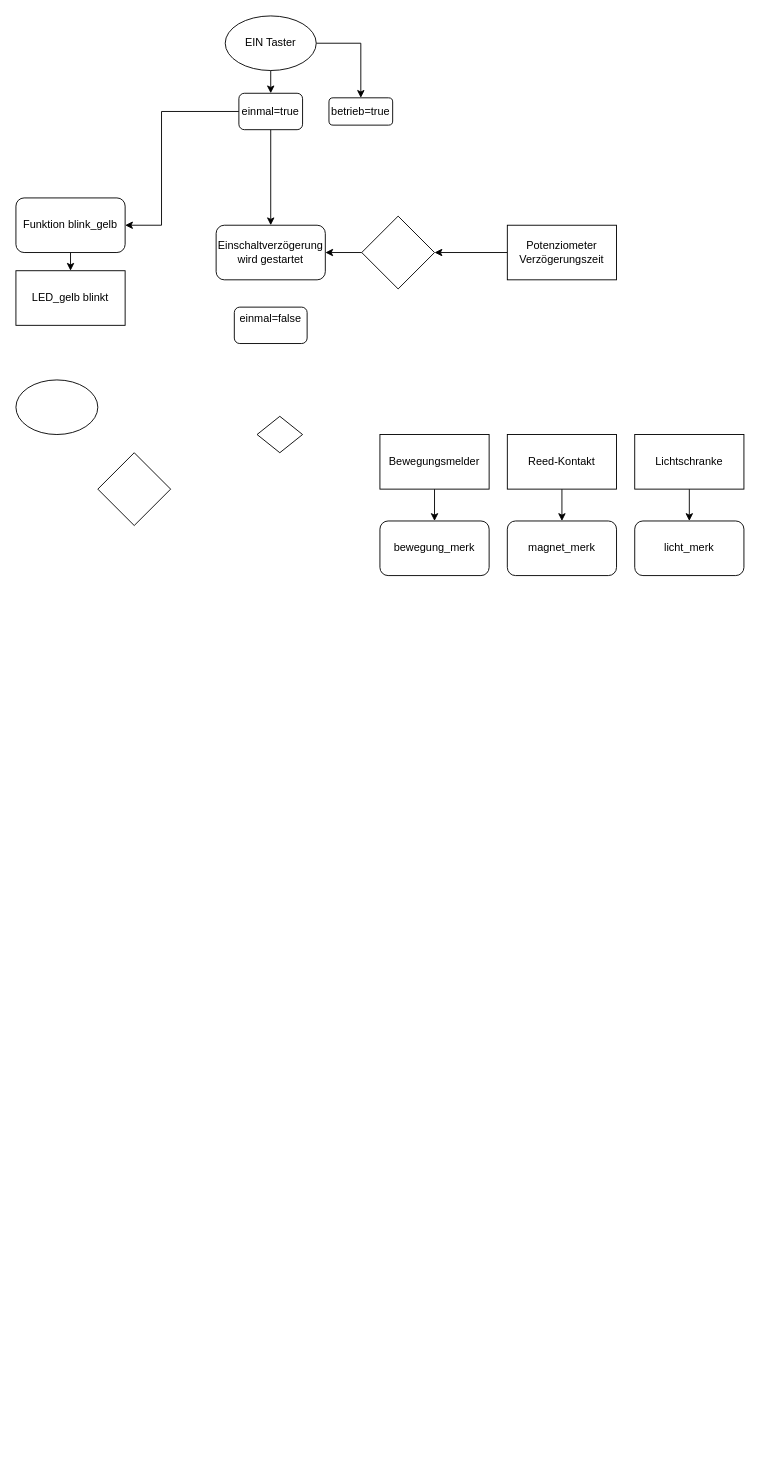
The draw.io diagram neu1.drawio in aronrei/dings2, before the edit. Source tidied: cells renumbered, new cells numbered last; positions are measured from the earlier drawing's top-left corner, leaving out a move shared by most shapes. Both pictures are drawn from the tidied source at 91%, with x=0, y=0 at pixel (15, 15).
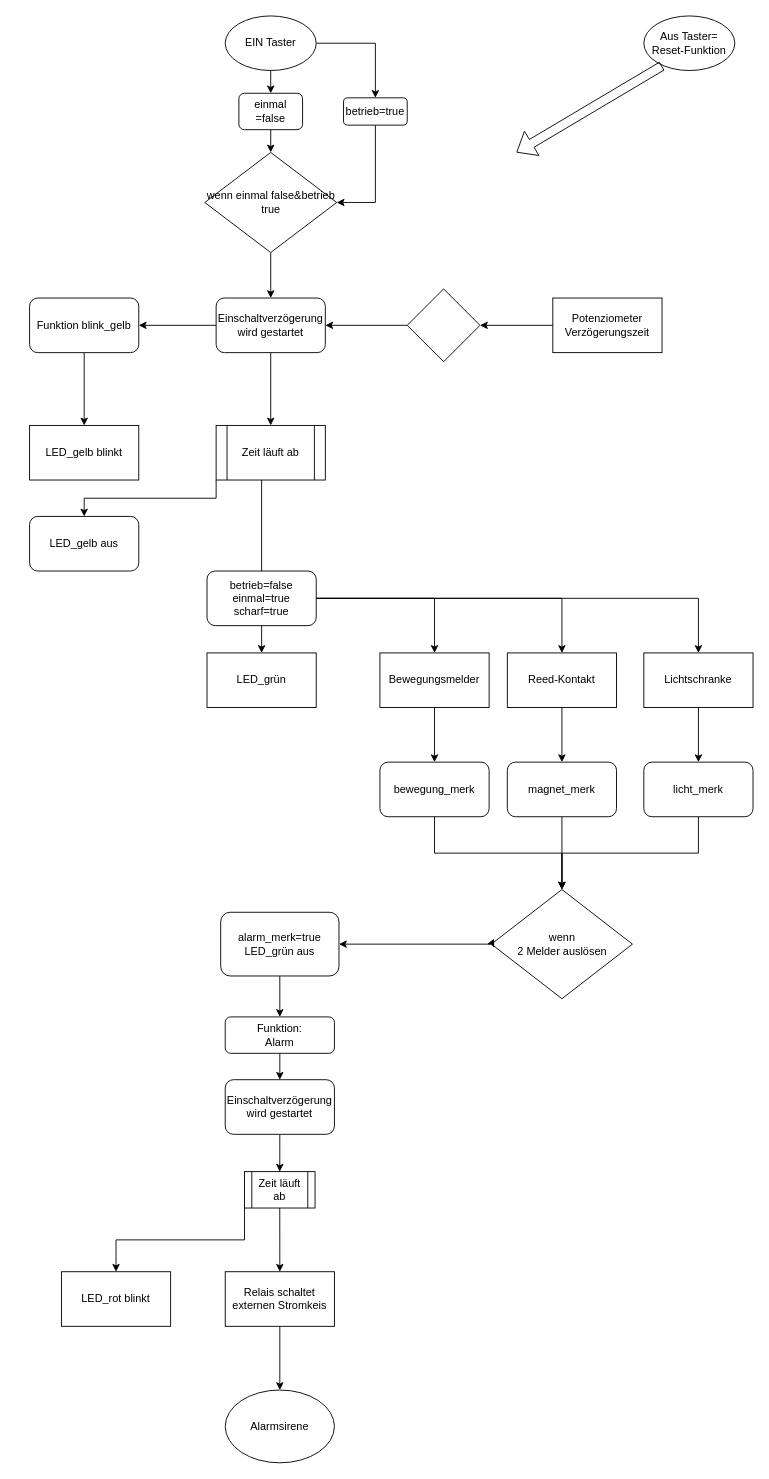
After the change.

What changed in the source:
```diff
@@
-    <mxCell id="5" style="edgeStyle=orthogonalEdgeStyle;rounded=0;jettySize=auto;html=1;exitX=0;exitY=0.5;exitDx=0;exitDy=0;entryX=1;entryY=0.5;entryDx=0;entryDy=0;" parent="1" edge="1" source="7" target="9">
-      <mxGeometry relative="1" as="geometry">
-        <Array as="points">
-          <mxPoint x="160" y="230" />
-        </Array>
-      </mxGeometry>
-    </mxCell>
-    <mxCell id="6" style="edgeStyle=orthogonalEdgeStyle;rounded=0;jettySize=auto;html=1;exitX=0.5;exitY=1;exitDx=0;exitDy=0;entryX=0.5;entryY=0;entryDx=0;entryDy=0;" parent="1" edge="1" source="7" target="11">
-      <mxGeometry relative="1" as="geometry" />
-    </mxCell>
+    <mxCell id="30" style="edgeStyle=none;rounded=0;jettySize=auto;html=1;exitX=0.5;exitY=1;exitDx=0;exitDy=0;entryX=0.5;entryY=0;entryDx=0;entryDy=0;" parent="1" edge="1" source="7" target="15">
+      <mxGeometry relative="1" as="geometry" />
+    </mxCell>
-    <mxCell id="7" value="einmal=true" style="rounded=1;whiteSpace=wrap;html=1;" parent="1" vertex="1">
+    <mxCell id="7" value="&lt;div&gt;einmal&lt;/div&gt;&lt;div&gt;=false&lt;/div&gt;" style="rounded=1;whiteSpace=wrap;html=1;" parent="1" vertex="1">
       <mxGeometry x="245" y="85" width="70" height="40" as="geometry" />
     </mxCell>
@@
     <mxCell id="9" value="Funktion blink_gelb" style="rounded=1;whiteSpace=wrap;html=1;" parent="1" vertex="1">
-      <mxGeometry y="200" width="120" height="60" as="geometry" />
+      <mxGeometry x="15" y="310" width="120" height="60" as="geometry" />
     </mxCell>
+    <mxCell id="31" style="edgeStyle=orthogonalEdgeStyle;rounded=0;jettySize=auto;html=1;exitX=0.5;exitY=1;exitDx=0;exitDy=0;entryX=0.5;entryY=0;entryDx=0;entryDy=0;elbow=vertical;" parent="1" edge="1" source="10" target="27">
+      <mxGeometry relative="1" as="geometry" />
+    </mxCell>
     <mxCell id="10" value="licht_merk" style="rounded=1;whiteSpace=wrap;html=1;" parent="1" vertex="1">
-      <mxGeometry x="680" y="555" width="120" height="60" as="geometry" />
+      <mxGeometry x="690" y="820" width="120" height="60" as="geometry" />
     </mxCell>
+    <mxCell id="32" style="edgeStyle=none;rounded=0;jettySize=auto;html=1;exitX=0;exitY=0.5;exitDx=0;exitDy=0;" parent="1" edge="1" source="11" target="9">
+      <mxGeometry relative="1" as="geometry" />
+    </mxCell>
+    <mxCell id="33" style="edgeStyle=none;rounded=0;jettySize=auto;html=1;exitX=0.5;exitY=1;exitDx=0;exitDy=0;entryX=0.5;entryY=0;entryDx=0;entryDy=0;elbow=vertical;" parent="1" edge="1" source="11" target="46">
+      <mxGeometry relative="1" as="geometry" />
+    </mxCell>
     <mxCell id="11" value="Einschaltverzögerung wird gestartet" style="rounded=1;whiteSpace=wrap;html=1;" parent="1" vertex="1">
-      <mxGeometry x="220" y="230" width="120" height="60" as="geometry" />
+      <mxGeometry x="220" y="310" width="120" height="60" as="geometry" />
     </mxCell>
@@
     <mxCell id="13" value="Potenziometer Verzögerungszeit" style="rounded=0;whiteSpace=wrap;html=1;" parent="1" vertex="1">
-      <mxGeometry x="540" y="230" width="120" height="60" as="geometry" />
+      <mxGeometry x="590" y="310" width="120" height="60" as="geometry" />
     </mxCell>
-    <mxCell id="14" style="ellipse;whiteSpace=wrap;html=1;" parent="1" vertex="1">
-      <mxGeometry y="400" width="90" height="60" as="geometry" />
-    </mxCell>
+    <mxCell id="34" style="edgeStyle=none;rounded=0;jettySize=auto;html=1;exitX=0.5;exitY=1;exitDx=0;exitDy=0;entryX=0.5;entryY=0;entryDx=0;entryDy=0;" parent="1" edge="1" source="15" target="11">
+      <mxGeometry relative="1" as="geometry" />
+    </mxCell>
-    <mxCell id="15" style="rhombus;whiteSpace=wrap;html=1;" parent="1" vertex="1">
-      <mxGeometry x="90" y="480" width="80" height="80" as="geometry" />
+    <mxCell id="15" value="wenn einmal false&amp;amp;betrieb true" style="rhombus;whiteSpace=wrap;html=1;" parent="1" vertex="1">
+      <mxGeometry x="207.5" y="150" width="145" height="110" as="geometry" />
     </mxCell>
     <mxCell id="16" value="LED_gelb blinkt" style="rounded=0;whiteSpace=wrap;html=1;" parent="1" vertex="1">
-      <mxGeometry y="280" width="120" height="60" as="geometry" />
+      <mxGeometry x="15" y="450" width="120" height="60" as="geometry" />
     </mxCell>
@@
     <mxCell id="18" style="rhombus;whiteSpace=wrap;html=1;" parent="1" vertex="1">
-      <mxGeometry x="380" y="220" width="80" height="80" as="geometry" />
+      <mxGeometry x="430" y="300" width="80" height="80" as="geometry" />
     </mxCell>
+    <mxCell id="35" style="edgeStyle=orthogonalEdgeStyle;rounded=0;jettySize=auto;html=1;exitX=0.5;exitY=1;exitDx=0;exitDy=0;elbow=vertical;" parent="1" edge="1" source="19" target="27">
+      <mxGeometry relative="1" as="geometry" />
+    </mxCell>
     <mxCell id="19" value="bewegung_merk" style="rounded=1;whiteSpace=wrap;html=1;" parent="1" vertex="1">
-      <mxGeometry x="400" y="555" width="120" height="60" as="geometry" />
+      <mxGeometry x="400" y="820" width="120" height="60" as="geometry" />
     </mxCell>
+    <mxCell id="36" style="edgeStyle=none;rounded=0;jettySize=auto;html=1;exitX=0.5;exitY=1;exitDx=0;exitDy=0;elbow=vertical;" parent="1" edge="1" source="20" target="27">
+      <mxGeometry relative="1" as="geometry" />
+    </mxCell>
     <mxCell id="20" value="magnet_merk" style="rounded=1;whiteSpace=wrap;html=1;" parent="1" vertex="1">
-      <mxGeometry x="540" y="555" width="120" height="60" as="geometry" />
+      <mxGeometry x="540" y="820" width="120" height="60" as="geometry" />
     </mxCell>
@@
     <mxCell id="22" value="Bewegungsmelder" style="rounded=0;whiteSpace=wrap;html=1;" parent="1" vertex="1">
-      <mxGeometry x="400" y="460" width="120" height="60" as="geometry" />
+      <mxGeometry x="400" y="700" width="120" height="60" as="geometry" />
     </mxCell>
@@
     <mxCell id="24" value="Reed-Kontakt" style="rounded=0;whiteSpace=wrap;html=1;" parent="1" vertex="1">
-      <mxGeometry x="540" y="460" width="120" height="60" as="geometry" />
+      <mxGeometry x="540" y="700" width="120" height="60" as="geometry" />
     </mxCell>
@@
     <mxCell id="26" value="Lichtschranke" style="rounded=0;whiteSpace=wrap;html=1;" parent="1" vertex="1">
-      <mxGeometry x="680" y="460" width="120" height="60" as="geometry" />
+      <mxGeometry x="690" y="700" width="120" height="60" as="geometry" />
     </mxCell>
+    <mxCell id="37" style="edgeStyle=none;rounded=0;jettySize=auto;html=1;exitX=0;exitY=0.5;exitDx=0;exitDy=0;entryX=1;entryY=0.5;entryDx=0;entryDy=0;elbow=vertical;" parent="1" edge="1" source="27" target="53">
+      <mxGeometry relative="1" as="geometry" />
+    </mxCell>
-    <mxCell id="27" style="rhombus;whiteSpace=wrap;html=1;" parent="1" vertex="1">
-      <mxGeometry x="265" y="440" width="50" height="40" as="geometry" />
+    <mxCell id="27" value="&lt;div&gt;wenn&lt;/div&gt;&lt;div&gt;2 Melder auslösen&lt;br&gt;&lt;/div&gt;" style="rhombus;whiteSpace=wrap;html=1;" parent="1" vertex="1">
+      <mxGeometry x="522.5" y="960" width="155" height="120" as="geometry" />
     </mxCell>
+    <mxCell id="38" style="edgeStyle=orthogonalEdgeStyle;rounded=0;jettySize=auto;html=1;exitX=0.5;exitY=1;exitDx=0;exitDy=0;entryX=1;entryY=0.5;entryDx=0;entryDy=0;" parent="1" edge="1" source="28" target="15">
+      <mxGeometry relative="1" as="geometry" />
+    </mxCell>
     <mxCell id="28" value="betrieb=true" style="rounded=1;whiteSpace=wrap;html=1;" parent="1" vertex="1">
-      <mxGeometry x="344" y="90" width="70" height="30" as="geometry" />
+      <mxGeometry x="360" y="90" width="70" height="30" as="geometry" />
     </mxCell>
-    <mxCell id="29" value="&lt;div&gt;einmal=false&lt;/div&gt;&lt;div&gt;&lt;br&gt;&lt;/div&gt;" style="rounded=1;whiteSpace=wrap;html=1;" parent="1" vertex="1">
-      <mxGeometry x="240" y="320" width="80" height="40" as="geometry" />
-    </mxCell>
+    <mxCell id="39" style="edgeStyle=none;rounded=0;jettySize=auto;html=1;" parent="1" edge="1" source="44">
+      <mxGeometry relative="1" as="geometry">
+        <mxPoint x="270" y="450" as="targetPoint" />
+      </mxGeometry>
+    </mxCell>
+    <mxCell id="40" style="edgeStyle=orthogonalEdgeStyle;rounded=0;jettySize=auto;html=1;exitX=1;exitY=0.5;exitDx=0;exitDy=0;elbow=vertical;" parent="1" edge="1" source="44" target="22">
+      <mxGeometry relative="1" as="geometry" />
+    </mxCell>
+    <mxCell id="41" style="edgeStyle=orthogonalEdgeStyle;rounded=0;jettySize=auto;html=1;exitX=1;exitY=0.5;exitDx=0;exitDy=0;elbow=vertical;" parent="1" edge="1" source="44" target="26">
+      <mxGeometry relative="1" as="geometry" />
+    </mxCell>
+    <mxCell id="42" style="edgeStyle=orthogonalEdgeStyle;rounded=0;jettySize=auto;html=1;exitX=1;exitY=0.5;exitDx=0;exitDy=0;elbow=vertical;" parent="1" edge="1" source="44" target="24">
+      <mxGeometry relative="1" as="geometry" />
+    </mxCell>
+    <mxCell id="43" style="edgeStyle=none;rounded=0;jettySize=auto;html=1;exitX=0.5;exitY=1;exitDx=0;exitDy=0;entryX=0.5;entryY=0;entryDx=0;entryDy=0;elbow=vertical;" parent="1" edge="1" source="44" target="51">
+      <mxGeometry relative="1" as="geometry" />
+    </mxCell>
+    <mxCell id="44" value="&lt;div&gt;betrieb=false&lt;/div&gt;&lt;div&gt;einmal=true&lt;/div&gt;&lt;div&gt;scharf=true&lt;br&gt;&lt;/div&gt;" style="rounded=1;whiteSpace=wrap;html=1;" parent="1" vertex="1">
+      <mxGeometry x="210" y="610" width="120" height="60" as="geometry" />
+    </mxCell>
+    <mxCell id="45" style="edgeStyle=elbowEdgeStyle;rounded=0;jettySize=auto;elbow=vertical;html=1;exitX=0;exitY=1;exitDx=0;exitDy=0;" parent="1" edge="1" source="46" target="47">
+      <mxGeometry relative="1" as="geometry" />
+    </mxCell>
+    <mxCell id="46" value="Zeit läuft ab" style="shape=process;whiteSpace=wrap;html=1;backgroundOutline=1;" parent="1" vertex="1">
+      <mxGeometry x="220" y="450" width="120" height="60" as="geometry" />
+    </mxCell>
+    <mxCell id="47" value="LED_gelb aus" style="rounded=1;whiteSpace=wrap;html=1;" parent="1" vertex="1">
+      <mxGeometry x="15" y="550" width="120" height="60" as="geometry" />
+    </mxCell>
+    <mxCell id="48" style="rounded=0;orthogonalLoop=1;jettySize=auto;html=1;exitX=0;exitY=0.5;exitDx=0;exitDy=0;entryX=0.019;entryY=0.45;entryDx=0;entryDy=0;entryPerimeter=0;elbow=vertical;" parent="1" edge="1" source="27" target="27">
+      <mxGeometry relative="1" as="geometry" />
+    </mxCell>
+    <mxCell id="49" value="&lt;div&gt;Aus Taster=&lt;/div&gt;&lt;div&gt;Reset-Funktion&lt;br&gt;&lt;/div&gt;" style="ellipse;whiteSpace=wrap;html=1;" parent="1" vertex="1">
+      <mxGeometry x="690" width="100" height="60" as="geometry" />
+    </mxCell>
+    <mxCell id="50" style="shape=flexArrow;endArrow=classic;html=1;rounded=0;elbow=vertical;" parent="1" edge="1">
+      <mxGeometry relative="1" as="geometry">
+        <mxPoint x="710" y="55" as="sourcePoint" />
+        <mxPoint x="550" y="150" as="targetPoint" />
+      </mxGeometry>
+    </mxCell>
+    <mxCell id="51" value="LED_grün" style="rounded=0;whiteSpace=wrap;html=1;" parent="1" vertex="1">
+      <mxGeometry x="210" y="700" width="120" height="60" as="geometry" />
+    </mxCell>
+    <mxCell id="52" style="edgeStyle=none;rounded=0;jettySize=auto;html=1;exitX=0.5;exitY=1;exitDx=0;exitDy=0;entryX=0.5;entryY=0;entryDx=0;entryDy=0;elbow=vertical;" parent="1" edge="1" source="53" target="64">
+      <mxGeometry relative="1" as="geometry" />
+    </mxCell>
+    <mxCell id="53" value="&lt;div&gt;alarm_merk=true&lt;/div&gt;&lt;div&gt;LED_grün aus&lt;br&gt;&lt;/div&gt;" style="rounded=1;whiteSpace=wrap;html=1;" parent="1" vertex="1">
+      <mxGeometry x="225" y="985" width="130" height="70" as="geometry" />
+    </mxCell>
+    <mxCell id="54" value="LED_rot blinkt" style="rounded=0;whiteSpace=wrap;html=1;" parent="1" vertex="1">
+      <mxGeometry x="50" y="1380" width="120" height="60" as="geometry" />
+    </mxCell>
+    <mxCell id="55" style="edgeStyle=none;rounded=0;jettySize=auto;html=1;exitX=0.5;exitY=1;exitDx=0;exitDy=0;elbow=vertical;" parent="1" edge="1" source="56" target="57">
+      <mxGeometry relative="1" as="geometry" />
+    </mxCell>
+    <mxCell id="56" value="Relais schaltet externen Stromkeis" style="rounded=0;whiteSpace=wrap;html=1;" parent="1" vertex="1">
+      <mxGeometry x="230" y="1380" width="120" height="60" as="geometry" />
+    </mxCell>
+    <mxCell id="57" value="Alarmsirene" style="ellipse;whiteSpace=wrap;html=1;" parent="1" vertex="1">
+      <mxGeometry x="230" y="1510" width="120" height="80" as="geometry" />
+    </mxCell>
+    <mxCell id="58" style="edgeStyle=none;rounded=0;jettySize=auto;html=1;exitX=0.5;exitY=1;exitDx=0;exitDy=0;entryX=0.5;entryY=0;entryDx=0;entryDy=0;elbow=vertical;" parent="1" edge="1" source="59" target="62">
+      <mxGeometry relative="1" as="geometry" />
+    </mxCell>
+    <mxCell id="59" value="Einschaltverzögerung wird gestartet" style="rounded=1;whiteSpace=wrap;html=1;" parent="1" vertex="1">
+      <mxGeometry x="230" y="1169" width="120" height="60" as="geometry" />
+    </mxCell>
+    <mxCell id="60" style="edgeStyle=none;rounded=0;jettySize=auto;html=1;exitX=0.5;exitY=1;exitDx=0;exitDy=0;entryX=0.5;entryY=0;entryDx=0;entryDy=0;elbow=vertical;" parent="1" edge="1" source="62" target="56">
+      <mxGeometry relative="1" as="geometry" />
+    </mxCell>
+    <mxCell id="61" style="edgeStyle=orthogonalEdgeStyle;rounded=0;jettySize=auto;html=1;exitX=0;exitY=1;exitDx=0;exitDy=0;entryX=0.5;entryY=0;entryDx=0;entryDy=0;elbow=vertical;" parent="1" edge="1" source="62" target="54">
+      <mxGeometry relative="1" as="geometry" />
+    </mxCell>
+    <mxCell id="62" value="Zeit läuft ab" style="shape=process;whiteSpace=wrap;html=1;backgroundOutline=1;" parent="1" vertex="1">
+      <mxGeometry x="251.2" y="1270" width="77.5" height="40" as="geometry" />
+    </mxCell>
+    <mxCell id="63" style="edgeStyle=none;rounded=0;jettySize=auto;html=1;exitX=0.5;exitY=1;exitDx=0;exitDy=0;entryX=0.5;entryY=0;entryDx=0;entryDy=0;elbow=vertical;" parent="1" edge="1" source="64" target="59">
+      <mxGeometry relative="1" as="geometry" />
+    </mxCell>
+    <mxCell id="64" value="Funktion:&lt;br&gt;Alarm" style="rounded=1;whiteSpace=wrap;html=1;" parent="1" vertex="1">
+      <mxGeometry x="230" y="1100" width="120" height="40" as="geometry" />
+    </mxCell>
```
